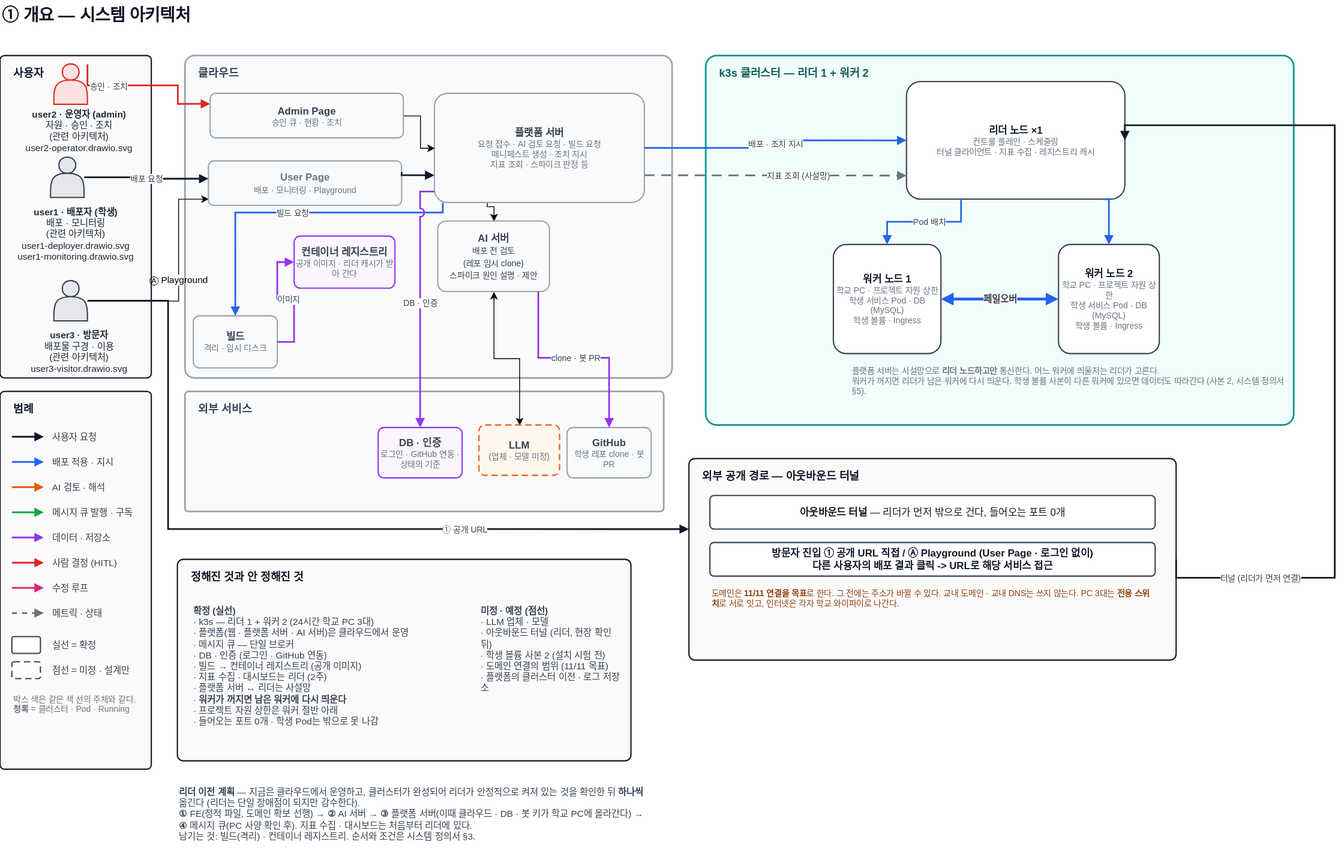
Above: docs/architecture/overview.drawio.svg in woowangthon/WOOWANGTHON_TEAM_18 (draw.io), before the change. Source tidied: cells renumbered, new cells last; positions are measured from the earlier drawing's top-left corner, leaving out a move shared by most shapes.
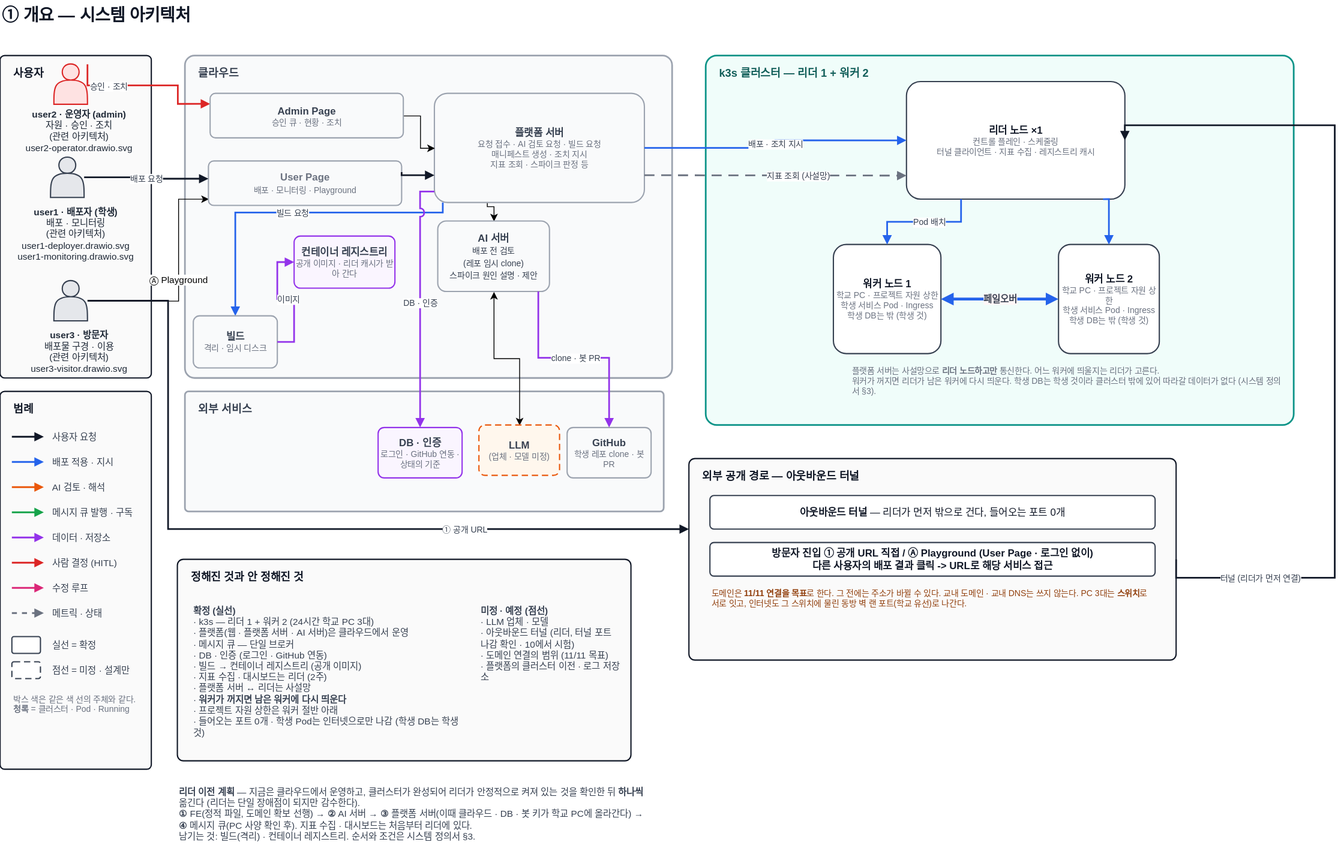
The same diagram one commit later.

What changed in the source:
```diff
@@ -69,13 +69,13 @@
     <mxCell id="20" value="&lt;b&gt;리더 노드 ×1&lt;/b&gt;&lt;div style=&quot;font-size:10px;color:#6B7280&quot;&gt;컨트롤 플레인 · 스케줄링&lt;br&gt;터널 클라이언트 · 지표 수집 · 레지스트리 캐시&lt;/div&gt;" style="rounded=1;arcSize=12;whiteSpace=wrap;html=1;fillColor=#FFFFFF;strokeColor=#374151;strokeWidth=1.5;fontSize=12;fontColor=#111827;fontFamily=Pretendard,Malgun Gothic,Apple SD Gothic Neo,sans-serif;" parent="1" vertex="1">
       <mxGeometry x="1079.1" y="98" width="260" height="140" as="geometry" />
     </mxCell>
-    <mxCell id="21" value="&lt;b&gt;워커 노드 1&lt;/b&gt;&lt;div style=&quot;font-size: 10px; color: rgb(107, 114, 128);&quot;&gt;학교 PC · 프로젝트 자원 상한&lt;br&gt;학생 서비스 Pod · DB (MySQL)&lt;br&gt;학생 볼륨 · Ingress&lt;/div&gt;" style="rounded=1;arcSize=12;whiteSpace=wrap;html=1;fillColor=#FFFFFF;strokeColor=#374151;strokeWidth=1.5;fontSize=12;fontColor=#111827;fontFamily=Pretendard,Malgun Gothic,Apple SD Gothic Neo,sans-serif;" parent="1" vertex="1">
+    <mxCell id="21" value="&lt;b&gt;워커 노드 1&lt;/b&gt;&lt;div style=&quot;font-size: 10px; color: rgb(107, 114, 128);&quot;&gt;학교 PC · 프로젝트 자원 상한&lt;br&gt;학생 서비스 Pod · Ingress&lt;br&gt;학생 DB는 밖 (학생 것)&lt;/div&gt;" style="rounded=1;arcSize=12;whiteSpace=wrap;html=1;fillColor=#FFFFFF;strokeColor=#374151;strokeWidth=1.5;fontSize=12;fontColor=#111827;fontFamily=Pretendard,Malgun Gothic,Apple SD Gothic Neo,sans-serif;" parent="1" vertex="1">
       <mxGeometry x="992.1" y="292" width="128" height="130" as="geometry" />
     </mxCell>
-    <mxCell id="22" value="&lt;b&gt;워커 노드 2&lt;/b&gt;&lt;div style=&quot;font-size: 10px; color: rgb(107, 114, 128);&quot;&gt;학교 PC · 프로젝트 자원 상한&lt;br&gt;학생 서비스 Pod · DB (MySQL)&lt;br&gt;학생 볼륨 · Ingress&lt;/div&gt;" style="rounded=1;arcSize=12;whiteSpace=wrap;html=1;fillColor=#FFFFFF;strokeColor=#374151;strokeWidth=1.5;fontSize=12;fontColor=#111827;fontFamily=Pretendard,Malgun Gothic,Apple SD Gothic Neo,sans-serif;" parent="1" vertex="1">
+    <mxCell id="22" value="&lt;b&gt;워커 노드 2&lt;/b&gt;&lt;div style=&quot;font-size: 10px; color: rgb(107, 114, 128);&quot;&gt;학교 PC · 프로젝트 자원 상한&lt;br&gt;학생 서비스 Pod · Ingress&lt;br&gt;학생 DB는 밖 (학생 것)&lt;/div&gt;" style="rounded=1;arcSize=12;whiteSpace=wrap;html=1;fillColor=#FFFFFF;strokeColor=#374151;strokeWidth=1.5;fontSize=12;fontColor=#111827;fontFamily=Pretendard,Malgun Gothic,Apple SD Gothic Neo,sans-serif;" parent="1" vertex="1">
       <mxGeometry x="1260.1" y="292" width="120" height="130" as="geometry" />
     </mxCell>
-    <mxCell id="23" value="플랫폼 서버는 사설망으로 &lt;b&gt;리더 노드하고만&lt;/b&gt; 통신한다. 어느 워커에 띄울지는 리더가 고른다.&lt;br&gt;워커가 꺼지면 리더가 남은 워커에 다시 띄운다. 학생 볼륨 사본이 다른 워커에 있으면 데이터도 따라간다 (사본 2, 시스템 정의서 §5)." style="text;html=1;align=left;verticalAlign=top;whiteSpace=wrap;fontSize=10;fontColor=#6B7280;fontFamily=Pretendard,Malgun Gothic,Apple SD Gothic Neo,sans-serif;" parent="1" vertex="1">
+    <mxCell id="23" value="플랫폼 서버는 사설망으로 &lt;b&gt;리더 노드하고만&lt;/b&gt; 통신한다. 어느 워커에 띄울지는 리더가 고른다.&lt;br&gt;워커가 꺼지면 리더가 남은 워커에 다시 띄운다. 학생 DB는 학생 것이라 클러스터 밖에 있어 따라갈 데이터가 없다 (시스템 정의서 §3)." style="text;html=1;align=left;verticalAlign=top;whiteSpace=wrap;fontSize=10;fontColor=#6B7280;fontFamily=Pretendard,Malgun Gothic,Apple SD Gothic Neo,sans-serif;" parent="1" vertex="1">
       <mxGeometry x="1012.1" y="430" width="520" height="72" as="geometry" />
     </mxCell>
     <mxCell id="24" value="외부 공개 경로 — 아웃바운드 터널" style="rounded=1;arcSize=3;html=1;fillColor=#FAFAFA;strokeColor=#111827;strokeWidth=1.5;verticalAlign=top;align=left;spacingLeft=14;spacingTop=6;fontSize=13;fontStyle=1;fontColor=#111827;fontFamily=Pretendard,Malgun Gothic,Apple SD Gothic Neo,sans-serif;" parent="1" vertex="1">
@@ -84,16 +84,16 @@
     <mxCell id="25" value="&lt;b&gt;아웃바운드 터널&lt;/b&gt; — 리더가 먼저 밖으로 건다, 들어오는 포트 0개" style="rounded=1;arcSize=12;whiteSpace=wrap;html=1;fillColor=#FFFFFF;strokeColor=#374151;strokeWidth=1.5;fontSize=12;fontColor=#111827;fontFamily=Pretendard,Malgun Gothic,Apple SD Gothic Neo,sans-serif;" parent="1" vertex="1">
       <mxGeometry x="845.1" y="591" width="530" height="40" as="geometry" />
     </mxCell>
-    <mxCell id="26" value="도메인은 &lt;b&gt;11/11 연결을 목표&lt;/b&gt;로 한다. 그 전에는 주소가 바뀔 수 있다. 교내 도메인 · 교내 DNS는 쓰지 않는다. PC 3대는 &lt;b&gt;전용 스위치&lt;/b&gt;로 서로 잇고, 인터넷은 각자 학교 와이파이로 나간다." style="text;html=1;align=left;verticalAlign=top;whiteSpace=wrap;fontSize=10;fontColor=#92400E;fontFamily=Pretendard,Malgun Gothic,Apple SD Gothic Neo,sans-serif;" parent="1" vertex="1">
+    <mxCell id="26" value="도메인은 &lt;b&gt;11/11 연결을 목표&lt;/b&gt;로 한다. 그 전에는 주소가 바뀔 수 있다. 교내 도메인 · 교내 DNS는 쓰지 않는다. PC 3대는 &lt;b&gt;스위치&lt;/b&gt;로 서로 잇고, 인터넷도 그 스위치에 물린 동방 벽 랜 포트(학교 유선)로 나간다." style="text;html=1;align=left;verticalAlign=top;whiteSpace=wrap;fontSize=10;fontColor=#92400E;fontFamily=Pretendard,Malgun Gothic,Apple SD Gothic Neo,sans-serif;" parent="1" vertex="1">
       <mxGeometry x="845.1" y="695" width="530" height="84" as="geometry" />
     </mxCell>
     <mxCell id="27" value="정해진 것과 안 정해진 것" style="rounded=1;arcSize=3;html=1;fillColor=#FAFAFA;strokeColor=#111827;strokeWidth=1.5;verticalAlign=top;align=left;spacingLeft=14;spacingTop=6;fontSize=13;fontStyle=1;fontColor=#111827;fontFamily=Pretendard,Malgun Gothic,Apple SD Gothic Neo,sans-serif;" parent="1" vertex="1">
       <mxGeometry x="211.1" y="667" width="540" height="240" as="geometry" />
     </mxCell>
-    <mxCell id="28" value="&lt;b&gt;확정 (실선)&lt;/b&gt;&lt;br&gt;· k3s — 리더 1 + 워커 2 (24시간 학교 PC 3대)&lt;br&gt;· 플랫폼(웹 · 플랫폼 서버 · AI 서버)은 클라우드에서 운영&lt;br&gt;· 메시지 큐 — 단일 브로커&lt;br&gt;· DB · 인증 (로그인 · GitHub 연동)&lt;br&gt;· 빌드 → 컨테이너 레지스트리 (공개 이미지)&lt;br&gt;· 지표 수집 · 대시보드는 리더 (2주)&lt;br&gt;· 플랫폼 서버 ↔ 리더는 사설망&lt;br&gt;· &lt;b&gt;워커가 꺼지면 남은 워커에 다시 띄운다&lt;/b&gt;&lt;br&gt;· 프로젝트 자원 상한은 워커 절반 아래&lt;br&gt;· 들어오는 포트 0개 · 학생 Pod는 밖으로 못 나감" style="text;html=1;align=left;verticalAlign=top;whiteSpace=wrap;fontSize=11;fontColor=#374151;fontFamily=Pretendard,Malgun Gothic,Apple SD Gothic Neo,sans-serif;" parent="1" vertex="1">
+    <mxCell id="28" value="&lt;b&gt;확정 (실선)&lt;/b&gt;&lt;br&gt;· k3s — 리더 1 + 워커 2 (24시간 학교 PC 3대)&lt;br&gt;· 플랫폼(웹 · 플랫폼 서버 · AI 서버)은 클라우드에서 운영&lt;br&gt;· 메시지 큐 — 단일 브로커&lt;br&gt;· DB · 인증 (로그인 · GitHub 연동)&lt;br&gt;· 빌드 → 컨테이너 레지스트리 (공개 이미지)&lt;br&gt;· 지표 수집 · 대시보드는 리더 (2주)&lt;br&gt;· 플랫폼 서버 ↔ 리더는 사설망&lt;br&gt;· &lt;b&gt;워커가 꺼지면 남은 워커에 다시 띄운다&lt;/b&gt;&lt;br&gt;· 프로젝트 자원 상한은 워커 절반 아래&lt;br&gt;· 들어오는 포트 0개 · 학생 Pod는 인터넷으로만 나감 (학생 DB는 학생 것)" style="text;html=1;align=left;verticalAlign=top;whiteSpace=wrap;fontSize=11;fontColor=#374151;fontFamily=Pretendard,Malgun Gothic,Apple SD Gothic Neo,sans-serif;" parent="1" vertex="1">
       <mxGeometry x="228.1" y="715" width="330" height="190" as="geometry" />
     </mxCell>
-    <mxCell id="29" value="&lt;b&gt;미정 · 예정 (점선)&lt;/b&gt;&lt;br&gt;· LLM 업체 · 모델&lt;br&gt;· 아웃바운드 터널 (리더, 현장 확인 뒤)&lt;br&gt;· 학생 볼륨 사본 2 (설치 시험 전)&lt;br&gt;· 도메인 연결의 범위 (11/11 목표)&lt;br&gt;· 플랫폼의 클러스터 이전 · 로그 저장소" style="text;html=1;align=left;verticalAlign=top;whiteSpace=wrap;fontSize=11;fontColor=#374151;fontFamily=Pretendard,Malgun Gothic,Apple SD Gothic Neo,sans-serif;" parent="1" vertex="1">
+    <mxCell id="29" value="&lt;b&gt;미정 · 예정 (점선)&lt;/b&gt;&lt;br&gt;· LLM 업체 · 모델&lt;br&gt;· 아웃바운드 터널 (리더, 터널 포트 나감 확인 · 10에서 시험)&lt;br&gt;· 도메인 연결의 범위 (11/11 목표)&lt;br&gt;· 플랫폼의 클러스터 이전 · 로그 저장소" style="text;html=1;align=left;verticalAlign=top;whiteSpace=wrap;fontSize=11;fontColor=#374151;fontFamily=Pretendard,Malgun Gothic,Apple SD Gothic Neo,sans-serif;" parent="1" vertex="1">
       <mxGeometry x="570.1" y="715" width="170" height="94" as="geometry" />
     </mxCell>
     <mxCell id="30" value="배포 요청" style="edgeStyle=orthogonalEdgeStyle;rounded=0;jettySize=auto;html=1;jumpStyle=arc;jumpSize=8;endArrow=block;endFill=1;strokeWidth=2;fontSize=10;labelBackgroundColor=#FFFFFF;fontFamily=Pretendard,Malgun Gothic,Apple SD Gothic Neo,sans-serif;fontColor=#374151;strokeColor=#111827;exitX=1;exitY=0.5;exitDx=0;exitDy=0;entryX=0;entryY=0.4;entryDx=0;entryDy=0;" parent="1" edge="1" source="6" target="13">
```
